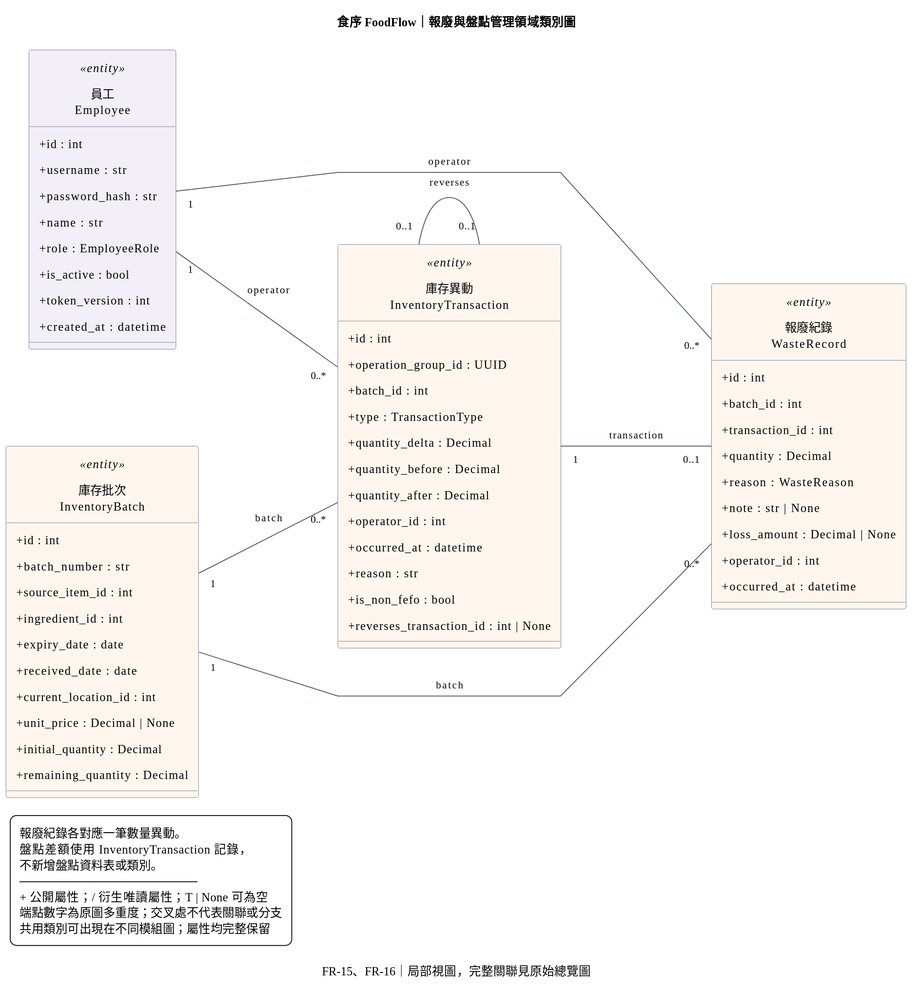
Above: docs/diagrams/domain-modules/b-class-07-waste-stocktake.svg in Software-engineering-foodflow/foodflow (PlantUML), before the change. Its source is kept beside it as docs/diagrams/domain-modules/b-class-07-waste-stocktake.puml. The source it was exported from:
```plantuml
@startuml b-class-07-waste-stocktake
title 食序 FoodFlow｜報廢與盤點管理領域類別圖
caption FR-15、FR-16｜局部視圖，完整關聯見原始總覽圖
left to right direction
hide circle
skinparam linetype polyline
skinparam backgroundColor white
skinparam shadowing false
skinparam defaultFontName Microsoft JhengHei
skinparam defaultFontSize 14
skinparam classAttributeIconSize 0
skinparam classBorderColor #64748B
skinparam ArrowColor #475569
skinparam ArrowFontSize 12
skinparam nodesep 55
skinparam ranksep 100
skinparam padding 6
skinparam dpi 120

class "員工\nEmployee" as Employee <<entity>> #F2EFF8 {
  +id : int
  +username : str
  +password_hash : str
  +name : str
  +role : EmployeeRole
  +is_active : bool
  +token_version : int
  +created_at : datetime
}

class "庫存批次\nInventoryBatch" as InventoryBatch <<entity>> #FFF7ED {
  +id : int
  +batch_number : str
  +source_item_id : int
  +ingredient_id : int
  +expiry_date : date
  +received_date : date
  +current_location_id : int
  +unit_price : Decimal | None
  +initial_quantity : Decimal
  +remaining_quantity : Decimal
}

class "庫存異動\nInventoryTransaction" as InventoryTransaction <<entity>> #FFF7ED {
  +id : int
  +operation_group_id : UUID
  +batch_id : int
  +type : TransactionType
  +quantity_delta : Decimal
  +quantity_before : Decimal
  +quantity_after : Decimal
  +operator_id : int
  +occurred_at : datetime
  +reason : str
  +is_non_fefo : bool
  +reverses_transaction_id : int | None
}

class "報廢紀錄\nWasteRecord" as WasteRecord <<entity>> #FFF7ED {
  +id : int
  +batch_id : int
  +transaction_id : int
  +quantity : Decimal
  +reason : WasteReason
  +note : str | None
  +loss_amount : Decimal | None
  +operator_id : int
  +occurred_at : datetime
}

Employee "1" -- "0..*" InventoryTransaction : operator
Employee "1" -- "0..*" WasteRecord : operator
InventoryBatch "1" -- "0..*" InventoryTransaction : batch
InventoryBatch "1" -- "0..*" WasteRecord : batch
InventoryTransaction "0..1" -- "0..1" InventoryTransaction : reverses
InventoryTransaction "1" -- "0..1" WasteRecord : transaction


legend bottom left
  報廢紀錄各對應一筆數量異動。
  盤點差額使用 InventoryTransaction 記錄，
  不新增盤點資料表或類別。
  ─────────────────────
  + 公開屬性；/ 衍生唯讀屬性；T | None 可為空
  端點數字為原圖多重度；交叉處不代表關聯或分支
  共用類別可出現在不同模組圖；屬性均完整保留
endlegend
@enduml
```
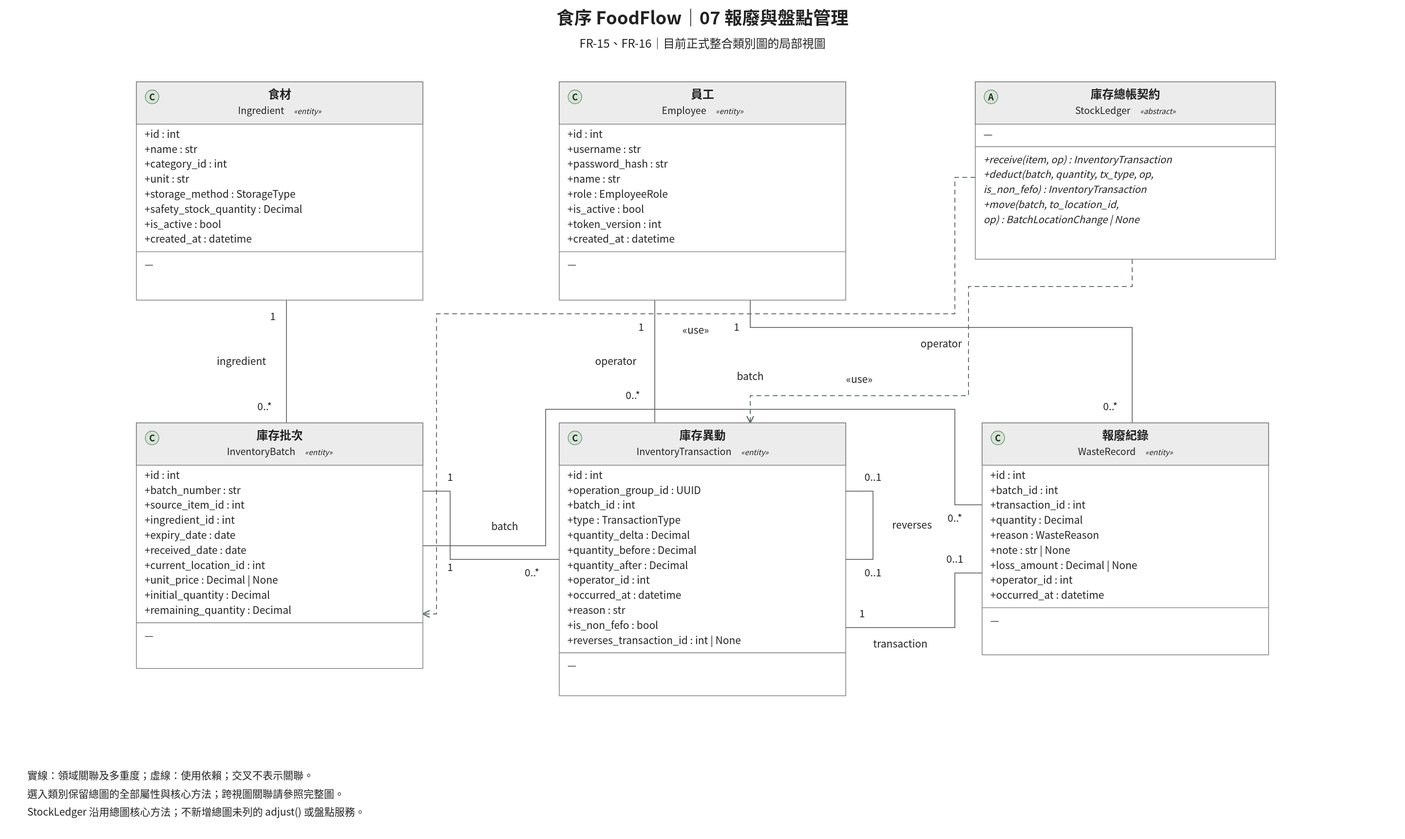
The same file after the commit.

Diff of the diagram source:
```diff
@@ -1,23 +1,32 @@
 @startuml b-class-07-waste-stocktake
-title 食序 FoodFlow｜報廢與盤點管理領域類別圖
-caption FR-15、FR-16｜局部視圖，完整關聯見原始總覽圖
-left to right direction
-hide circle
-skinparam linetype polyline
+title 食序 FoodFlow｜報廢與盤點管理
+caption FR-15、FR-16｜目前正式整合類別圖的局部視圖
+top to bottom direction
 skinparam backgroundColor white
 skinparam shadowing false
 skinparam defaultFontName Microsoft JhengHei
-skinparam defaultFontSize 14
+skinparam defaultFontSize 15
 skinparam classAttributeIconSize 0
-skinparam classBorderColor #64748B
-skinparam ArrowColor #475569
-skinparam ArrowFontSize 12
-skinparam nodesep 55
-skinparam ranksep 100
-skinparam padding 6
-skinparam dpi 120
+skinparam classBackgroundColor white
+skinparam classHeaderBackgroundColor #ECECEC
+skinparam classBorderColor #777777
+skinparam linetype polyline
+skinparam dpi 192
+together {
+class "食材\nIngredient" as Ingredient <<entity>> {
+  +id : int
+  +name : str
+  +category_id : int
+  +unit : str
+  +storage_method : StorageType
+  +safety_stock_quantity : Decimal
+  +is_active : bool
+  +created_at : datetime
+  -- 方法 --
 
-class "員工\nEmployee" as Employee <<entity>> #F2EFF8 {
+}
+
+class "員工\nEmployee" as Employee <<entity>> {
   +id : int
   +username : str
   +password_hash : str
@@ -26,9 +35,22 @@
   +is_active : bool
   +token_version : int
   +created_at : datetime
+  -- 方法 --
+
 }
 
-class "庫存批次\nInventoryBatch" as InventoryBatch <<entity>> #FFF7ED {
+abstract class "庫存總帳契約\nStockLedger" as StockLedger <<abstract>> {
+
+  -- 方法 --
+  +receive(item, op) : InventoryTransaction
+  +deduct(batch, quantity, tx_type, op, is_non_fefo) : InventoryTransaction
+  +move(batch, to_location_id, op) : BatchLocationChange | None
+}
+}
+Ingredient -[hidden]right-> Employee
+Employee -[hidden]right-> StockLedger
+together {
+class "庫存批次\nInventoryBatch" as InventoryBatch <<entity>> {
   +id : int
   +batch_number : str
   +source_item_id : int
@@ -39,9 +61,11 @@
   +unit_price : Decimal | None
   +initial_quantity : Decimal
   +remaining_quantity : Decimal
+  -- 方法 --
+
 }
 
-class "庫存異動\nInventoryTransaction" as InventoryTransaction <<entity>> #FFF7ED {
+class "庫存異動\nInventoryTransaction" as InventoryTransaction <<entity>> {
   +id : int
   +operation_group_id : UUID
   +batch_id : int
@@ -54,9 +78,11 @@
   +reason : str
   +is_non_fefo : bool
   +reverses_transaction_id : int | None
+  -- 方法 --
+
 }
 
-class "報廢紀錄\nWasteRecord" as WasteRecord <<entity>> #FFF7ED {
+class "報廢紀錄\nWasteRecord" as WasteRecord <<entity>> {
   +id : int
   +batch_id : int
   +transaction_id : int
@@ -66,23 +92,26 @@
   +loss_amount : Decimal | None
   +operator_id : int
   +occurred_at : datetime
+  -- 方法 --
+
 }
-
+}
+InventoryBatch -[hidden]right-> InventoryTransaction
+InventoryTransaction -[hidden]right-> WasteRecord
+Ingredient -[hidden]down-> InventoryBatch
 Employee "1" -- "0..*" InventoryTransaction : operator
 Employee "1" -- "0..*" WasteRecord : operator
+Ingredient "1" -- "0..*" InventoryBatch : ingredient
 InventoryBatch "1" -- "0..*" InventoryTransaction : batch
 InventoryBatch "1" -- "0..*" WasteRecord : batch
 InventoryTransaction "0..1" -- "0..1" InventoryTransaction : reverses
 InventoryTransaction "1" -- "0..1" WasteRecord : transaction
-
-
+StockLedger ..> InventoryBatch : «use»
+StockLedger ..> InventoryTransaction : «use»
 legend bottom left
-  報廢紀錄各對應一筆數量異動。
-  盤點差額使用 InventoryTransaction 記錄，
-  不新增盤點資料表或類別。
-  ─────────────────────
-  + 公開屬性；/ 衍生唯讀屬性；T | None 可為空
-  端點數字為原圖多重度；交叉處不代表關聯或分支
-  共用類別可出現在不同模組圖；屬性均完整保留
+  實線為領域關聯；虛線為使用依賴。類別成員與多重度直接沿用完整圖。
+  僅顯示兩端都在本視圖內的關聯；完整關聯請參照 b-class-diagram。
+  PNG／SVG 與 draw.io 使用固定排版，PlantUML 自動排版可能不同。
+  StockLedger 沿用總圖核心方法；不新增總圖未列的 adjust() 或盤點服務。
 endlegend
 @enduml
```
